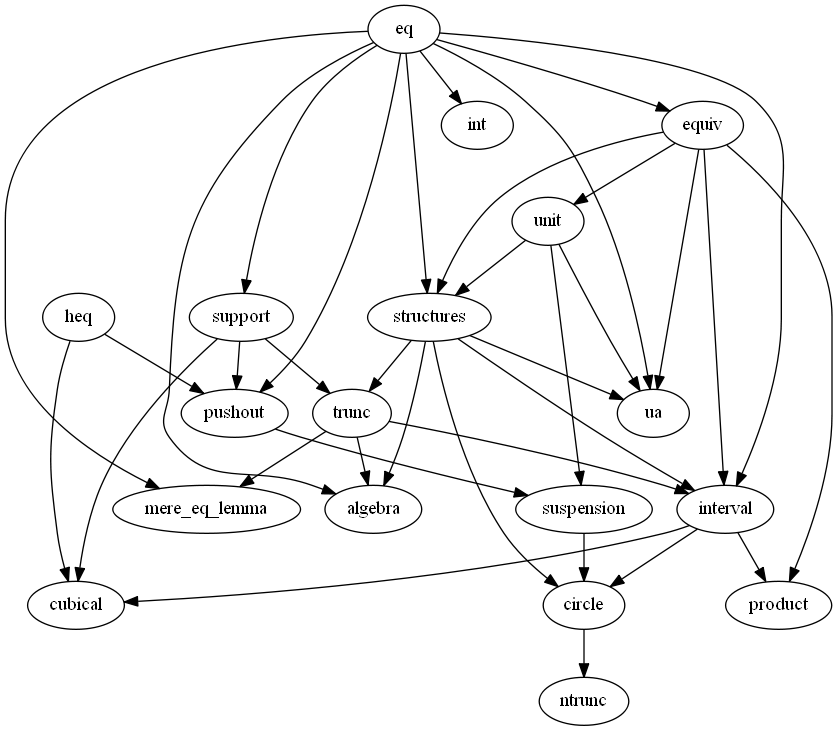
Before: dependency_map.png, a diagram exported from Graphviz (forked-from-1kasper/ground_zero). Its source is kept beside it as dependency_map.gv.
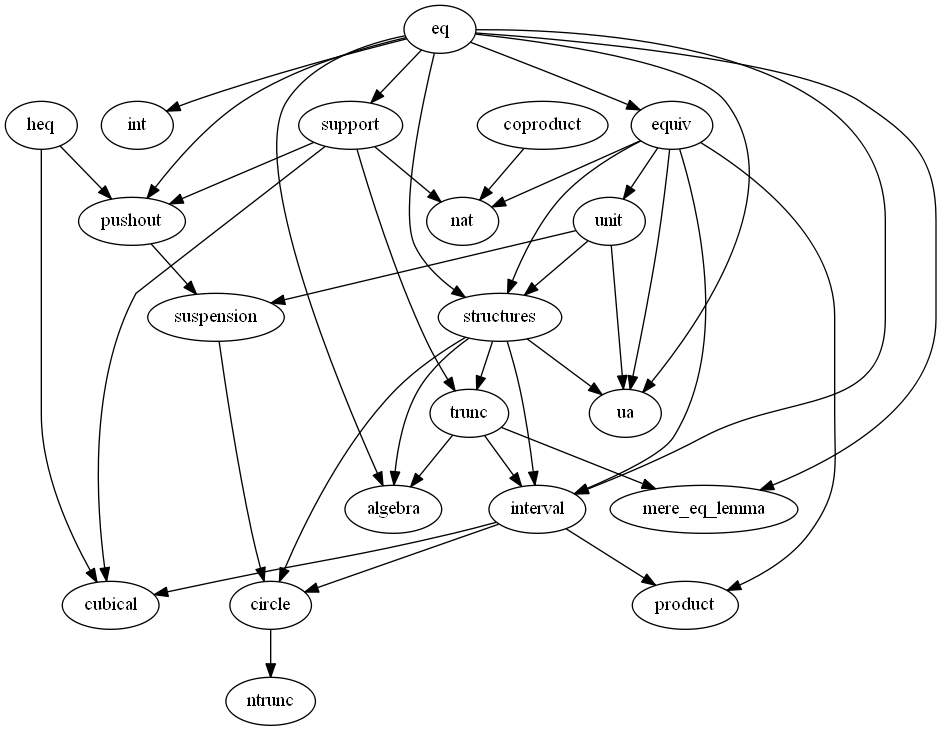
Later version of the same file.

Commit message:
qinv, equiv α β to equiv (α + γ) (β + γ)

The edit, as a diff of the source:
```diff
@@ -49,4 +49,8 @@
   unit -> ua
 
   equiv -> unit
+
+  equiv -> nat
+  coproduct -> nat
+  support -> nat
 }
```
